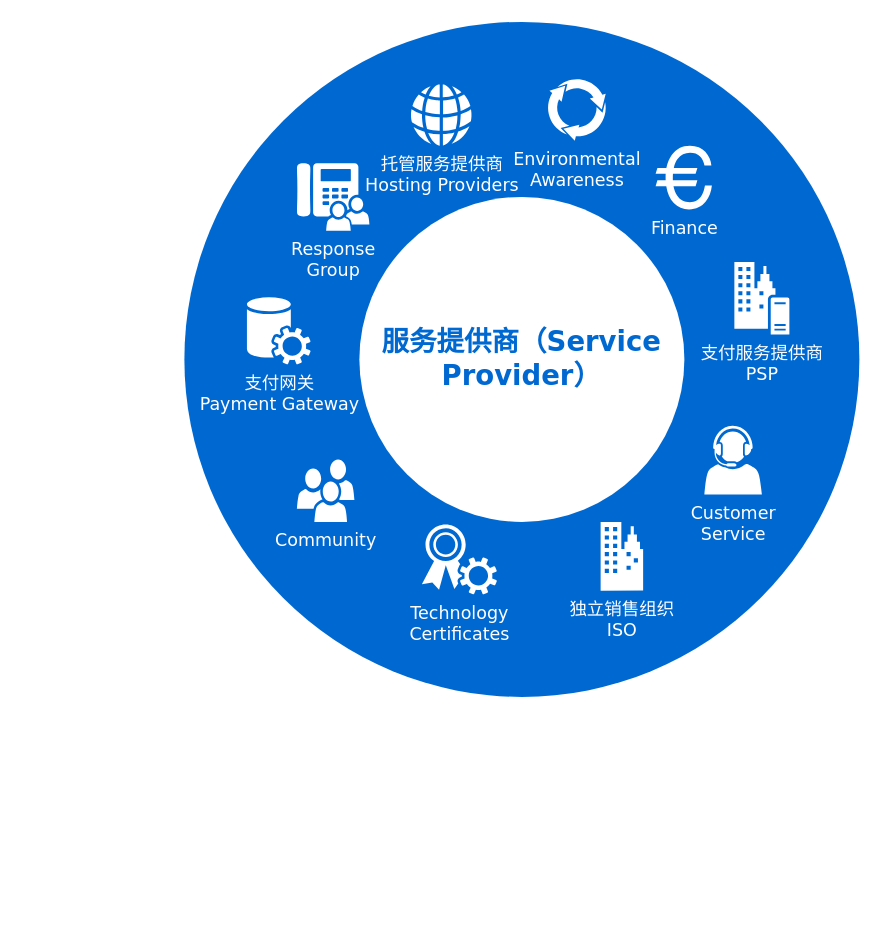
Earlier version of the draw.io diagram files/Untitled Diagram.drawio (sanztang/OSCP). Source tidied: cells renumbered, new cells numbered last; positions are measured from the earlier drawing's top-left corner, leaving out a move shared by most shapes. Both pictures are drawn from the tidied source at 125%, with x=0, y=0 at pixel (184, 21).
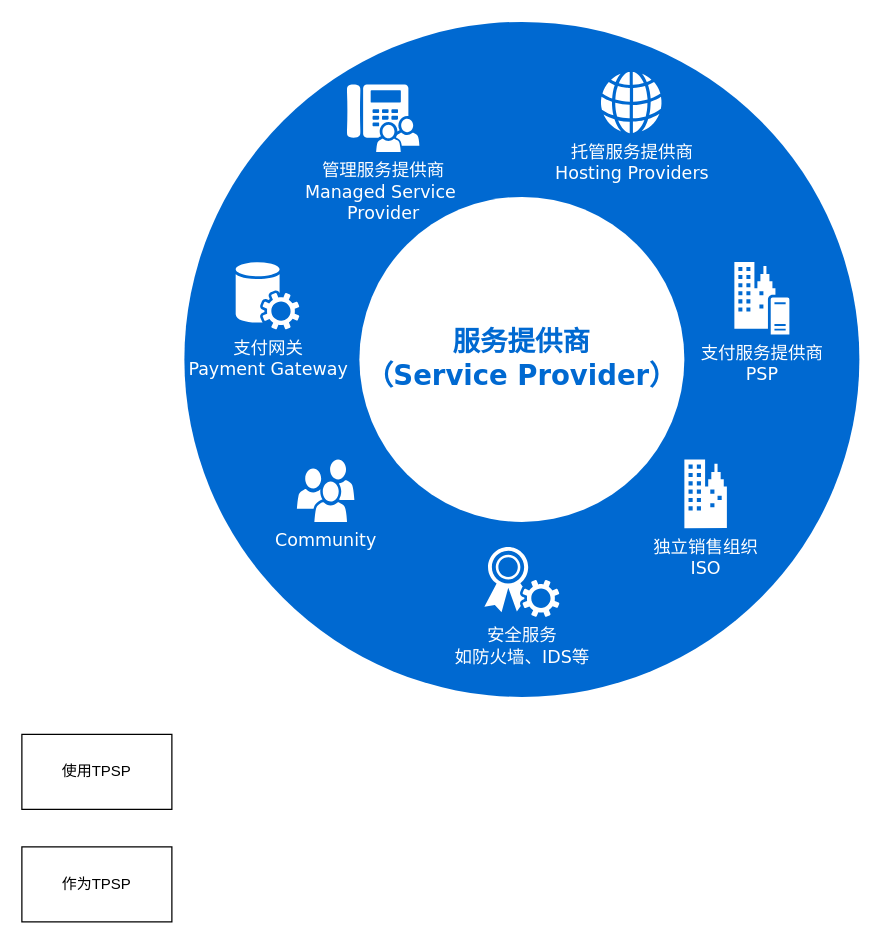
The same page after the edit.

What changed in the source:
```diff
@@
 <mxGraphModel>
   <root>
     <mxCell id="0" />
     <mxCell id="1" parent="0" />
     <mxCell id="2" style="ellipse;whiteSpace=wrap;html=1;rounded=0;shadow=0;comic=0;strokeWidth=1;fontFamily=Verdana;fontSize=14;strokeColor=none;fillColor=#0069D1;" parent="1" vertex="1">
       <mxGeometry width="540" height="540" as="geometry" />
     </mxCell>
-    <mxCell id="3" value="服务提供商（Service Provider）" style="ellipse;whiteSpace=wrap;html=1;rounded=0;shadow=0;comic=0;strokeWidth=1;fontFamily=Verdana;fontSize=22;strokeColor=none;fillColor=#ffffff;fontColor=#0069D1;fontStyle=1;" parent="1" vertex="1">
+    <mxCell id="3" value="服务提供商&lt;div&gt;（Service Provider）&lt;/div&gt;" style="ellipse;whiteSpace=wrap;html=1;rounded=0;shadow=0;comic=0;strokeWidth=1;fontFamily=Verdana;fontSize=22;strokeColor=none;fillColor=#ffffff;fontColor=#0069D1;fontStyle=1;" parent="1" vertex="1">
       <mxGeometry x="140" y="140" width="260" height="260" as="geometry" />
     </mxCell>
     <mxCell id="4" value="Community" style="shadow=0;dashed=0;html=1;strokeColor=none;fillColor=#ffffff;labelPosition=center;verticalLabelPosition=bottom;verticalAlign=top;shape=mxgraph.office.users.users;rounded=0;comic=0;fontFamily=Verdana;fontSize=14;fontColor=#FFFFFF;" parent="1" vertex="1">
       <mxGeometry x="90" y="350" width="46" height="50" as="geometry" />
     </mxCell>
-    <mxCell id="5" value="Customer&lt;div&gt;Service&lt;/div&gt;" style="shadow=0;dashed=0;html=1;strokeColor=none;fillColor=#ffffff;labelPosition=center;verticalLabelPosition=bottom;verticalAlign=top;shape=mxgraph.office.users.call_center_agent;rounded=0;comic=0;fontFamily=Verdana;fontSize=14;fontColor=#FFFFFF;" parent="1" vertex="1">
-      <mxGeometry x="416" y="323" width="46" height="55" as="geometry" />
-    </mxCell>
-    <mxCell id="6" value="Response&lt;div&gt;Group&lt;/div&gt;" style="shadow=0;dashed=0;html=1;strokeColor=none;fillColor=#ffffff;labelPosition=center;verticalLabelPosition=bottom;verticalAlign=top;shape=mxgraph.office.users.response_group;rounded=0;comic=0;fontFamily=Verdana;fontSize=14;fontColor=#FFFFFF;" parent="1" vertex="1">
-      <mxGeometry x="90" y="113" width="58" height="54" as="geometry" />
+    <mxCell id="6" value="管理服务提供商&lt;div&gt;Managed Service&amp;nbsp;&lt;/div&gt;&lt;div&gt;Provider&lt;/div&gt;" style="shadow=0;dashed=0;html=1;strokeColor=none;fillColor=#ffffff;labelPosition=center;verticalLabelPosition=bottom;verticalAlign=top;shape=mxgraph.office.users.response_group;rounded=0;comic=0;fontFamily=Verdana;fontSize=14;fontColor=#FFFFFF;" parent="1" vertex="1">
+      <mxGeometry x="130" y="50" width="58" height="54" as="geometry" />
     </mxCell>
     <mxCell id="7" value="支付网关&lt;div&gt;Payment Gateway&lt;br&gt;&lt;/div&gt;" style="shadow=0;dashed=0;html=1;strokeColor=none;fillColor=#ffffff;labelPosition=center;verticalLabelPosition=bottom;verticalAlign=top;shape=mxgraph.office.services.central_management_service;rounded=0;comic=0;fontFamily=Verdana;fontSize=14;fontColor=#FFFFFF;" parent="1" vertex="1">
-      <mxGeometry x="50" y="220" width="51" height="54" as="geometry" />
+      <mxGeometry x="41" y="192" width="51" height="54" as="geometry" />
     </mxCell>
     <mxCell id="8" value="支付服务提供商&lt;div&gt;PSP&lt;br&gt;&lt;/div&gt;" style="shadow=0;dashed=0;html=1;strokeColor=none;fillColor=#ffffff;labelPosition=center;verticalLabelPosition=bottom;verticalAlign=top;shape=mxgraph.office.servers.on_premises_server;rounded=0;comic=0;fontFamily=Verdana;fontSize=14;fontColor=#FFFFFF;" parent="1" vertex="1">
       <mxGeometry x="440" y="192" width="44" height="58" as="geometry" />
     </mxCell>
-    <mxCell id="9" value="Technology&lt;div&gt;Certificates&lt;/div&gt;" style="shadow=0;dashed=0;html=1;strokeColor=none;fillColor=#ffffff;labelPosition=center;verticalLabelPosition=bottom;verticalAlign=top;shape=mxgraph.office.security.token_service;rounded=0;comic=0;fontFamily=Verdana;fontSize=14;fontColor=#FFFFFF;" parent="1" vertex="1">
-      <mxGeometry x="190" y="402" width="60" height="56" as="geometry" />
+    <mxCell id="9" value="安全服务&lt;div&gt;如防火墙、IDS等&lt;/div&gt;" style="shadow=0;dashed=0;html=1;strokeColor=none;fillColor=#ffffff;labelPosition=center;verticalLabelPosition=bottom;verticalAlign=top;shape=mxgraph.office.security.token_service;rounded=0;comic=0;fontFamily=Verdana;fontSize=14;fontColor=#FFFFFF;" parent="1" vertex="1">
+      <mxGeometry x="240" y="420" width="60" height="56" as="geometry" />
     </mxCell>
     <mxCell id="10" value="独立销售组织&lt;div&gt;&lt;span style=&quot;background-color: initial;&quot;&gt;ISO&lt;/span&gt;&lt;/div&gt;" style="shadow=0;dashed=0;html=1;strokeColor=none;fillColor=#ffffff;labelPosition=center;verticalLabelPosition=bottom;verticalAlign=top;shape=mxgraph.office.concepts.on_premises;rounded=0;comic=0;fontFamily=Verdana;fontSize=14;fontColor=#FFFFFF;" parent="1" vertex="1">
-      <mxGeometry x="333" y="400" width="34" height="55" as="geometry" />
+      <mxGeometry x="400" y="350" width="34" height="55" as="geometry" />
     </mxCell>
     <mxCell id="11" value="托管服务提供商&lt;div&gt;Hosting Providers&lt;br&gt;&lt;/div&gt;" style="shadow=0;dashed=0;html=1;strokeColor=none;fillColor=#ffffff;labelPosition=center;verticalLabelPosition=bottom;verticalAlign=top;shape=mxgraph.office.concepts.globe_internet;rounded=0;comic=0;fontFamily=Verdana;fontSize=14;fontColor=#FFFFFF;" parent="1" vertex="1">
-      <mxGeometry x="181" y="50" width="49" height="49" as="geometry" />
+      <mxGeometry x="333" y="40" width="49" height="49" as="geometry" />
     </mxCell>
-    <mxCell id="12" value="Environmental&lt;div&gt;Awareness&lt;/div&gt;" style="shadow=0;dashed=0;html=1;strokeColor=none;shape=mxgraph.mscae.general.continuous_cycle;fillColor=#ffffff;rounded=0;comic=0;fontFamily=Verdana;fontSize=14;fontColor=#FFFFFF;verticalAlign=top;labelPosition=center;verticalLabelPosition=bottom;align=center;" parent="1" vertex="1">
-      <mxGeometry x="290" y="45" width="48" height="50" as="geometry" />
-    </mxCell>
-    <mxCell id="13" value="Finance" style="shape=mxgraph.signs.travel.euro;html=1;fillColor=#ffffff;strokeColor=none;verticalLabelPosition=bottom;verticalAlign=top;align=center;rounded=0;shadow=0;dashed=0;comic=0;fontFamily=Verdana;fontSize=14;fontColor=#FFFFFF;" parent="1" vertex="1">
-      <mxGeometry x="377" y="99" width="45" height="51" as="geometry" />
-    </mxCell>
+    <mxCell id="14" value="使用TPSP" style="rounded=0;whiteSpace=wrap;html=1;" parent="1" vertex="1">
+      <mxGeometry x="-130" y="570" width="120" height="60" as="geometry" />
+    </mxCell>
+    <mxCell id="15" value="作为TPSP" style="rounded=0;whiteSpace=wrap;html=1;" parent="1" vertex="1">
+      <mxGeometry x="-130" y="660" width="120" height="60" as="geometry" />
+    </mxCell>
   </root>
 </mxGraphModel>
```
